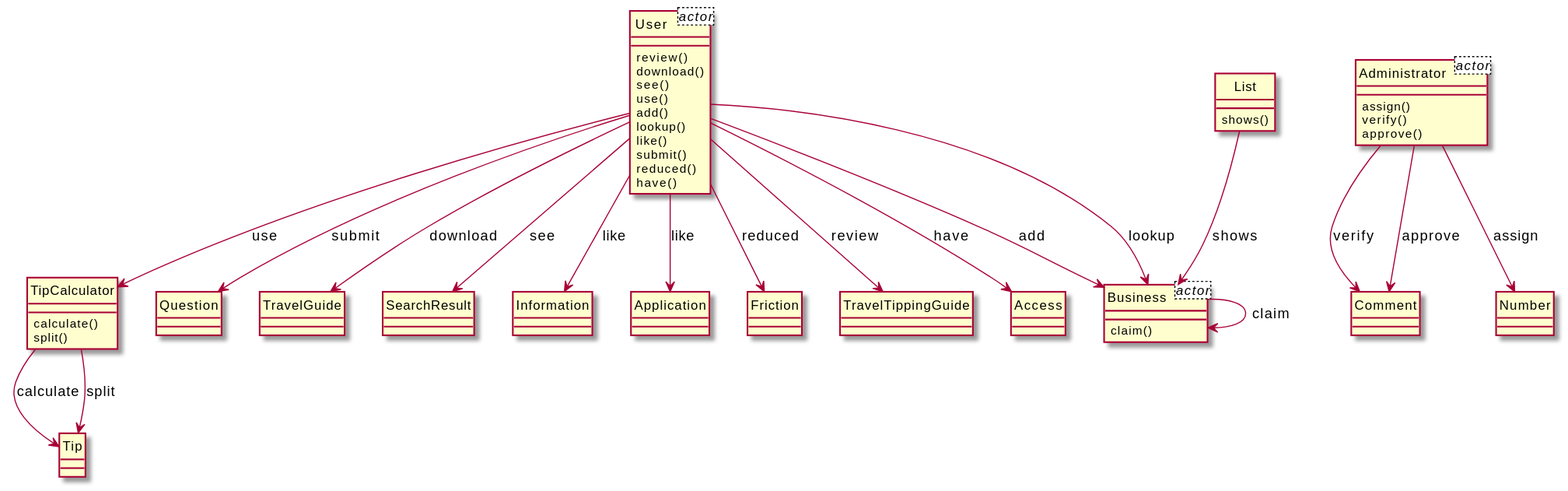
Earlier version of the PlantUML export output/diagram_5/2014-USC-Project09.svg (xixixhalu/DomainModelExtractor).
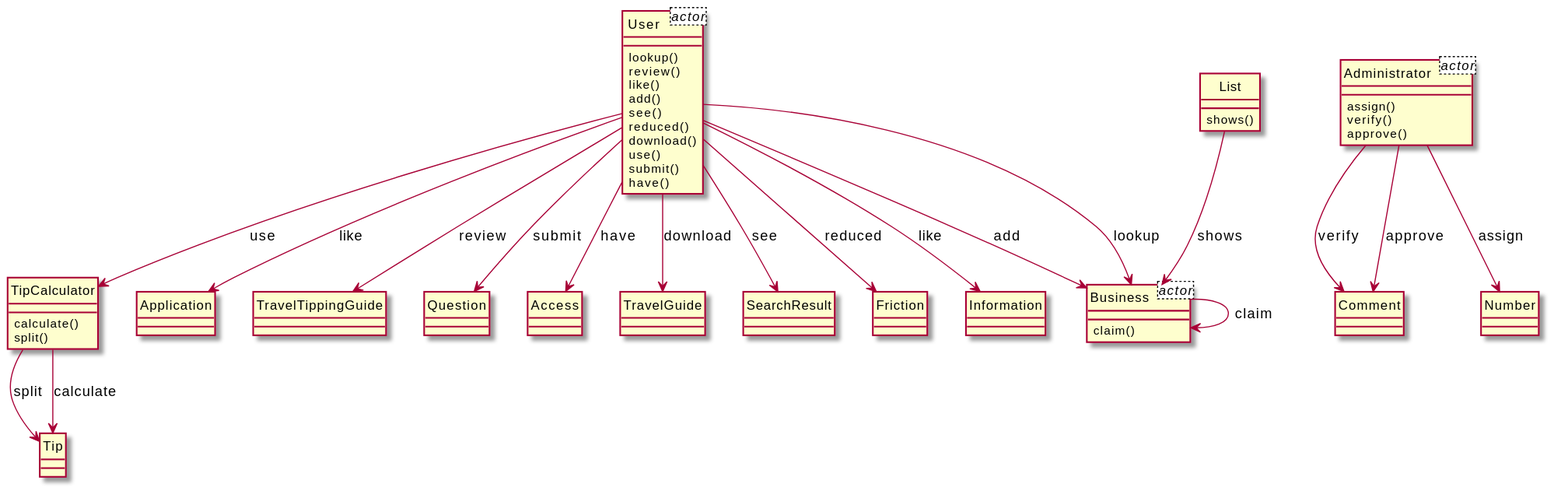
After the commit.

Change to the diagram source:
```diff
@@ -13,18 +13,20 @@
 class Tip {
 }
 class User {
+	lookup()
 	review()
+	like()
+	add()
+	see()
+	reduced()
 	download()
-	see()
 	use()
-	add()
-	lookup()
-	like()
 	submit()
-	reduced()
 	have()
 }
-class Question {
+class Application {
+}
+class TravelTippingGuide {
 }
 class Administrator {
 	assign()
@@ -33,44 +35,42 @@
 }
 class Comment {
 }
+class Question {
+}
 class Business {
 	claim()
 }
 class Number {
 }
+class Access {
+}
 class TravelGuide {
-}
-class SearchResult {
 }
 class List {
 	shows()
 }
-class Information {
-}
-class Application {
+class SearchResult {
 }
 class Friction {
 }
-class TravelTippingGuide {
+class Information {
 }
-class Access {
-}
+TipCalculator --> Tip : split
+User --> Friction : reduced
+User --> Question : submit
+User --> TravelTippingGuide : review
 Business --> Business : claim
+User --> Information : like
+List --> Business : shows
 TipCalculator --> Tip : calculate
-User --> Friction : reduced
-Administrator --> Number : assign
-Administrator --> Comment : verify
+User --> Access : have
 User --> Business : lookup
 User --> TipCalculator : use
-List --> Business : shows
+User --> SearchResult : see
+User --> Business : add
+Administrator --> Comment : verify
 User --> TravelGuide : download
-User --> Access : have
+User --> Application : like
 Administrator --> Comment : approve
-User --> Application : like
-User --> Question : submit
-TipCalculator --> Tip : split
-User --> TravelTippingGuide : review
-User --> Business : add
-User --> Information : like
-User --> SearchResult : see
+Administrator --> Number : assign
 @enduml
```
